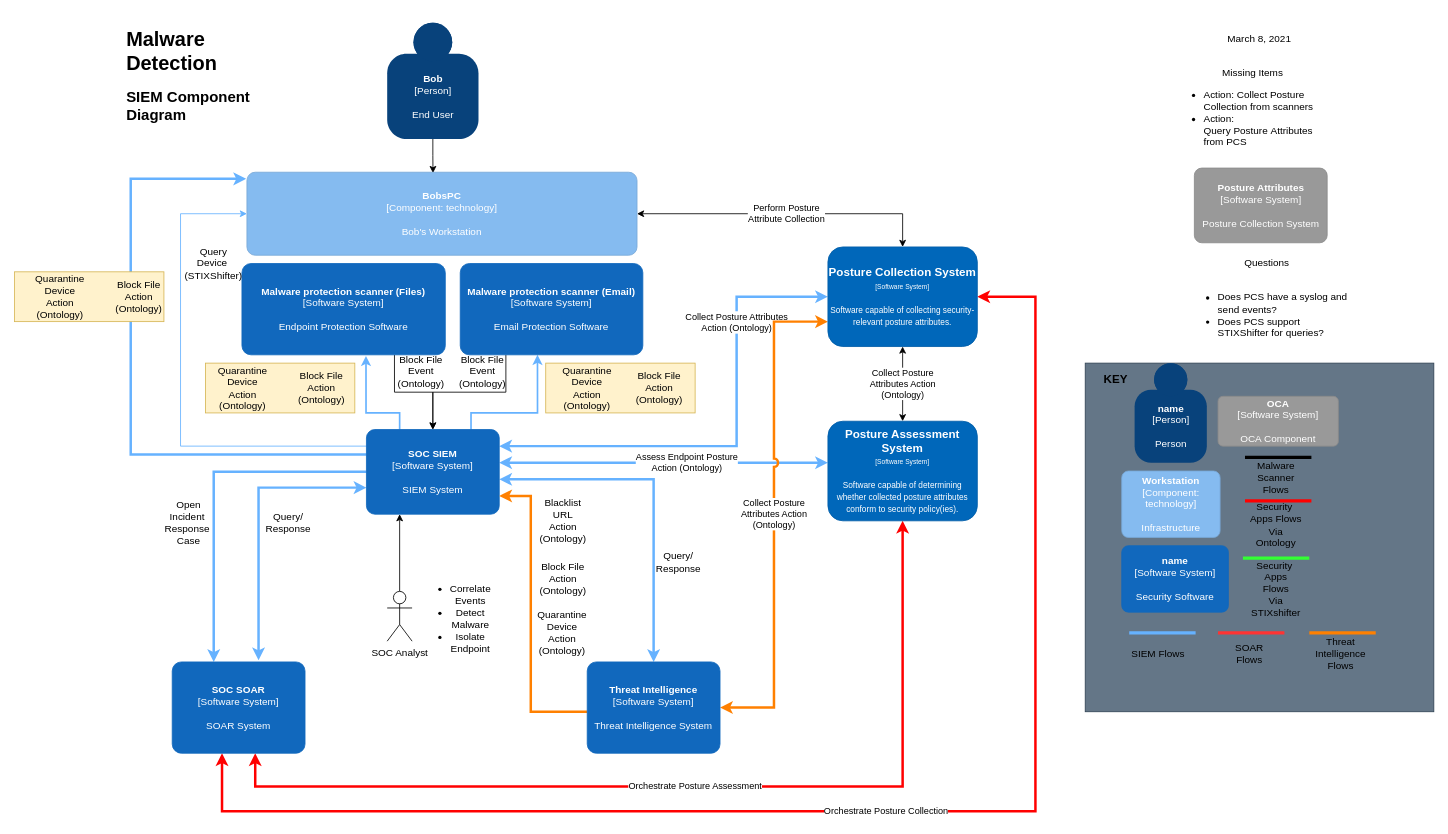
Earlier version of the draw.io diagram Architecture Documents/SIEMComponentUseCase1-031921.drawio (opencybersecurityalliance/documentation). Source tidied: cells renumbered, new cells numbered last; positions are measured from the earlier drawing's top-left corner, leaving out a move shared by most shapes. Both pictures are drawn from the tidied source at 83%, with x=0, y=0 at pixel (14, 22).
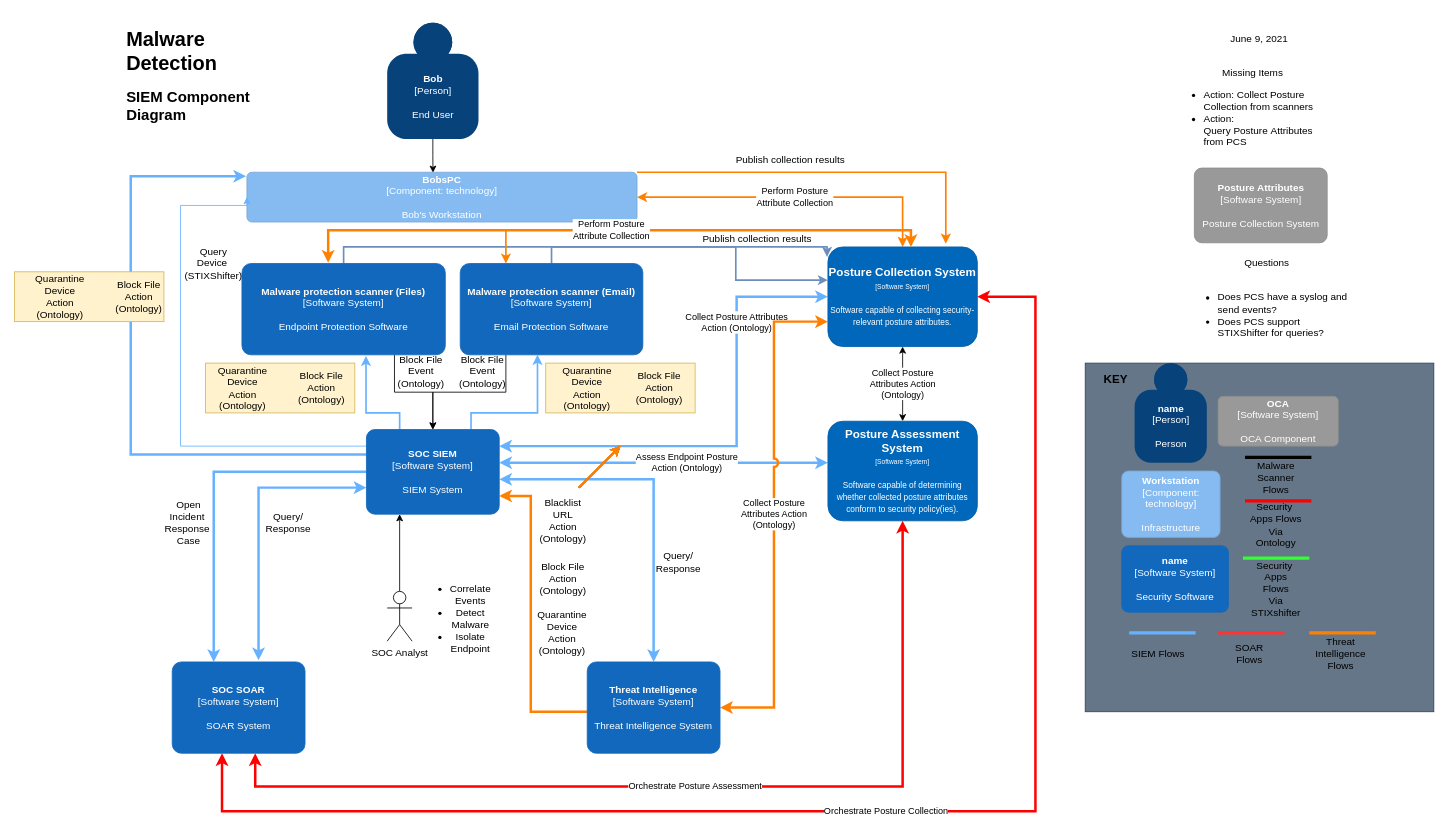
Above is the later version.

Unchanged cells that the change refers to:
```xml
<object id="15" label="&lt;b&gt;%c4Name%&lt;/b&gt;&lt;div&gt;[%c4Type%]&lt;/div&gt;&lt;br&gt;&lt;div&gt;%c4Description%&lt;/div&gt;" c4Description="SIEM System" c4Name="SOC SIEM" c4Type="Software System" placeholders="1">
  <mxCell style="rounded=1;whiteSpace=wrap;html=1;labelBackgroundColor=none;fillColor=#1168BD;fontColor=#ffffff;align=center;arcSize=10;strokeColor=#1168BD;metaData={&quot;c4Type&quot;:{&quot;editable&quot;:false}};points=[[0.25,0,0],[0.5,0,0],[0.75,0,0],[1,0.25,0],[1,0.5,0],[1,0.75,0],[0.75,1,0],[0.5,1,0],[0.25,1,0],[0,0.75,0],[0,0.5,0],[0,0.25,0]];" parent="1" vertex="1">
    <mxGeometry x="424" y="490" width="160" height="102" as="geometry" />
  </mxCell>
</object>
<object id="20" label="&lt;b&gt;%c4Name%&lt;/b&gt;&lt;div&gt;[%c4Type%]&lt;/div&gt;&lt;br&gt;&lt;div&gt;%c4Description%&lt;/div&gt;" c4Description="Endpoint Protection Software " c4Name="Malware protection scanner (Files)" c4Type="Software System" placeholders="1">
  <mxCell style="rounded=1;whiteSpace=wrap;html=1;labelBackgroundColor=none;fillColor=#1168BD;fontColor=#ffffff;align=center;arcSize=10;strokeColor=#1168BD;metaData={&quot;c4Type&quot;:{&quot;editable&quot;:false}};points=[[0.25,0,0],[0.5,0,0],[0.75,0,0],[1,0.25,0],[1,0.5,0],[1,0.75,0],[0.75,1,0],[0.5,1,0],[0.25,1,0],[0,0.75,0],[0,0.5,0],[0,0.25,0]];" parent="1" vertex="1">
    <mxGeometry x="274" y="290" width="245" height="110" as="geometry" />
  </mxCell>
</object>
<object id="22" label="&lt;b&gt;%c4Name%&lt;/b&gt;&lt;div&gt;[%c4Type%]&lt;/div&gt;&lt;br&gt;&lt;div&gt;%c4Description%&lt;/div&gt;" c4Description="Email Protection Software " c4Name="Malware protection scanner (Email)" c4Type="Software System" placeholders="1">
  <mxCell style="rounded=1;whiteSpace=wrap;html=1;labelBackgroundColor=none;fillColor=#1168BD;fontColor=#ffffff;align=center;arcSize=10;strokeColor=#1168BD;metaData={&quot;c4Type&quot;:{&quot;editable&quot;:false}};points=[[0.25,0,0],[0.5,0,0],[0.75,0,0],[1,0.25,0],[1,0.5,0],[1,0.75,0],[0.75,1,0],[0.5,1,0],[0.25,1,0],[0,0.75,0],[0,0.5,0],[0,0.25,0]];" parent="1" vertex="1">
    <mxGeometry x="537" y="290" width="220" height="110" as="geometry" />
  </mxCell>
</object>
<mxCell id="70" value="&lt;div&gt;&lt;span style=&quot;font-size: 14px&quot;&gt;&lt;b&gt;Posture Collection System&lt;/b&gt;&lt;/span&gt;&lt;/div&gt;&lt;div&gt;&lt;span style=&quot;font-size: 8px&quot;&gt;[Software System]&lt;/span&gt;&lt;/div&gt;&lt;div&gt;&lt;span style=&quot;font-size: 8px&quot;&gt;&lt;br&gt;&lt;/span&gt;&lt;/div&gt;&lt;div&gt;&lt;font size=&quot;1&quot;&gt;Software capable of collecting security-relevant posture attributes.&lt;/font&gt;&lt;/div&gt;" style="rounded=1;whiteSpace=wrap;html=1;fillColor=#0067BA;fontColor=#FFFFFF;strokeColor=#005DA8;" parent="1" vertex="1">
  <mxGeometry x="980" y="270" width="180" height="120" as="geometry" />
</mxCell>
```

What changed in the source:
```diff
@@
+    <mxCell id="73" style="edgeStyle=orthogonalEdgeStyle;rounded=0;jettySize=auto;html=1;startArrow=none;startFill=0;endArrow=classic;endFill=1;strokeColor=#FF8000;strokeWidth=2;entryX=0.789;entryY=-0.033;entryDx=0;entryDy=0;entryPerimeter=0;" parent="1" edge="1" source="5" target="70">
+      <mxGeometry relative="1" as="geometry">
+        <Array as="points">
+          <mxPoint x="1122" y="180" />
+        </Array>
+      </mxGeometry>
+    </mxCell>
     <object id="5" label="&lt;b&gt;%c4Name%&lt;/b&gt;&lt;div&gt;[%c4Type%: %c4Technology%]&lt;/div&gt;&lt;br&gt;&lt;div&gt;%c4Description%&lt;/div&gt;" c4Description="Bob's Workstation  " c4Name="BobsPC" c4Technology="technology" c4Type="Component" placeholders="1">
       <mxCell style="rounded=1;whiteSpace=wrap;html=1;labelBackgroundColor=none;fillColor=#85BBF0;fontColor=#ffffff;align=center;arcSize=10;strokeColor=#78A8D8;metaData={&quot;c4Type&quot;:{&quot;editable&quot;:false}};points=[[0.25,0,0],[0.5,0,0],[0.75,0,0],[1,0.25,0],[1,0.5,0],[1,0.75,0],[0.75,1,0],[0.5,1,0],[0.25,1,0],[0,0.75,0],[0,0.5,0],[0,0.25,0]];" parent="1" vertex="1">
-        <mxGeometry x="280" y="180" width="470" height="100" as="geometry" />
+        <mxGeometry x="280" y="180" width="470" height="60" as="geometry" />
       </mxCell>
     </object>
@@
     <mxCell id="7" style="edgeStyle=orthogonalEdgeStyle;rounded=0;jettySize=auto;html=1;entryX=0;entryY=0.5;entryDx=0;entryDy=0;entryPerimeter=0;strokeColor=#66B2FF;" parent="1" edge="1" source="15" target="5">
       <mxGeometry relative="1" as="geometry">
         <Array as="points">
           <mxPoint x="200" y="510" />
-          <mxPoint x="200" y="230" />
+          <mxPoint x="200" y="220" />
+          <mxPoint x="280" y="220" />
         </Array>
       </mxGeometry>
     </mxCell>
@@
     <mxCell id="10" style="edgeStyle=orthogonalEdgeStyle;rounded=0;jettySize=auto;html=1;entryX=-0.002;entryY=0.08;entryDx=0;entryDy=0;entryPerimeter=0;strokeWidth=3;strokeColor=#66B2FF;" parent="1" edge="1" source="15" target="5">
       <mxGeometry relative="1" as="geometry">
         <Array as="points">
           <mxPoint x="140" y="520" />
-          <mxPoint x="140" y="188" />
+          <mxPoint x="140" y="185" />
         </Array>
       </mxGeometry>
     </mxCell>
@@
+    <mxCell id="74" style="edgeStyle=orthogonalEdgeStyle;rounded=0;jettySize=auto;html=1;entryX=-0.006;entryY=0.1;entryDx=0;entryDy=0;entryPerimeter=0;fillColor=#dae8fc;strokeColor=#6c8ebf;strokeWidth=2;" parent="1" edge="1" source="20" target="70">
+      <mxGeometry relative="1" as="geometry">
+        <Array as="points">
+          <mxPoint x="397" y="270" />
+          <mxPoint x="979" y="270" />
+        </Array>
+      </mxGeometry>
+    </mxCell>
@@
+    <mxCell id="75" style="edgeStyle=orthogonalEdgeStyle;rounded=0;jettySize=auto;html=1;exitX=0.5;exitY=0;exitDx=0;exitDy=0;exitPerimeter=0;strokeWidth=2;fillColor=#dae8fc;strokeColor=#6c8ebf;" parent="1" edge="1" source="22" target="70">
+      <mxGeometry relative="1" as="geometry">
+        <Array as="points">
+          <mxPoint x="647" y="270" />
+          <mxPoint x="869" y="270" />
+          <mxPoint x="869" y="310" />
+        </Array>
+      </mxGeometry>
+    </mxCell>
+    <mxCell id="76" style="edgeStyle=orthogonalEdgeStyle;rounded=0;jettySize=auto;html=1;exitX=0.25;exitY=0;exitDx=0;exitDy=0;exitPerimeter=0;strokeColor=#FF8000;strokeWidth=2;endArrow=none;endFill=0;startArrow=classic;startFill=1;" parent="1" edge="1" source="22">
+      <mxGeometry relative="1" as="geometry">
+        <mxPoint x="592" y="250" as="targetPoint" />
+      </mxGeometry>
+    </mxCell>
@@
-    <mxCell id="48" value="March 8, 2021" style="text;html=1;strokeColor=none;fillColor=none;align=center;verticalAlign=middle;whiteSpace=wrap;rounded=0;" parent="1" vertex="1">
+    <mxCell id="48" value="June 9, 2021" style="text;html=1;strokeColor=none;fillColor=none;align=center;verticalAlign=middle;whiteSpace=wrap;rounded=0;" parent="1" vertex="1">
       <mxGeometry x="1385" y="10" width="230" height="20" as="geometry" />
     </mxCell>
@@
-    <mxCell id="69" value="Perform Posture&lt;br&gt;Attribute Collection" style="edgeStyle=orthogonalEdgeStyle;rounded=0;jettySize=auto;html=1;startArrow=classic;startFill=1;" parent="1" edge="1" source="70" target="5">
+    <mxCell id="69" value="Perform Posture&lt;br&gt;Attribute Collection" style="edgeStyle=orthogonalEdgeStyle;rounded=0;jettySize=auto;html=1;startArrow=classic;startFill=1;fillColor=#ffe6cc;strokeWidth=2;strokeColor=#FF8000;" parent="1" edge="1" source="70" target="5">
       <mxGeometry relative="1" as="geometry">
         <Array as="points">
-          <mxPoint x="1070" y="230" />
+          <mxPoint x="1070" y="210" />
         </Array>
       </mxGeometry>
     </mxCell>
@@
+    <mxCell id="77" style="endArrow=classic;html=1;" parent="1" edge="1">
+      <mxGeometry relative="1" as="geometry">
+        <mxPoint x="680" y="560" as="sourcePoint" />
+        <mxPoint x="730" y="510" as="targetPoint" />
+      </mxGeometry>
+    </mxCell>
+    <mxCell id="78" style="endArrow=classic;html=1;strokeWidth=2;" parent="1" edge="1">
+      <mxGeometry relative="1" as="geometry">
+        <mxPoint x="680" y="560" as="sourcePoint" />
+        <mxPoint x="730" y="510" as="targetPoint" />
+      </mxGeometry>
+    </mxCell>
+    <mxCell id="79" value="Publish collection&amp;nbsp;results" style="text;html=1;strokeColor=none;fillColor=none;align=center;verticalAlign=middle;whiteSpace=wrap;rounded=0;" parent="1" vertex="1">
+      <mxGeometry x="770" y="250" width="250" height="20" as="geometry" />
+    </mxCell>
+    <mxCell id="80" value="Perform Posture&lt;br&gt;Attribute Collection" style="edgeStyle=orthogonalEdgeStyle;rounded=0;jettySize=auto;html=1;startArrow=classic;startFill=1;entryX=0.424;entryY=-0.009;entryDx=0;entryDy=0;entryPerimeter=0;fillColor=#ffe6cc;strokeWidth=3;strokeColor=#FF8000;" parent="1" edge="1" target="20">
+      <mxGeometry relative="1" as="geometry">
+        <mxPoint x="1080" y="270" as="sourcePoint" />
+        <Array as="points">
+          <mxPoint x="1080" y="250" />
+          <mxPoint x="378" y="250" />
+        </Array>
+      </mxGeometry>
+    </mxCell>
+    <mxCell id="81" style="endArrow=classic;html=1;strokeColor=#FF8000;strokeWidth=2;" parent="1" edge="1">
+      <mxGeometry relative="1" as="geometry">
+        <mxPoint x="680" y="560" as="sourcePoint" />
+        <mxPoint x="730" y="510" as="targetPoint" />
+      </mxGeometry>
+    </mxCell>
+    <mxCell id="82" style="endArrow=classic;html=1;strokeColor=#FF8000;strokeWidth=2;" parent="1" edge="1">
+      <mxGeometry relative="1" as="geometry">
+        <mxPoint x="680" y="560" as="sourcePoint" />
+        <mxPoint x="730" y="510" as="targetPoint" />
+      </mxGeometry>
+    </mxCell>
+    <mxCell id="83" style="endArrow=classic;html=1;strokeColor=#FF8000;strokeWidth=2;" parent="1" edge="1">
+      <mxGeometry relative="1" as="geometry">
+        <mxPoint x="680" y="560" as="sourcePoint" />
+        <mxPoint x="730" y="510" as="targetPoint" />
+      </mxGeometry>
+    </mxCell>
+    <mxCell id="84" style="endArrow=classic;html=1;strokeColor=#FF8000;strokeWidth=2;" parent="1" edge="1">
+      <mxGeometry relative="1" as="geometry">
+        <mxPoint x="680" y="560" as="sourcePoint" />
+        <mxPoint x="730" y="510" as="targetPoint" />
+      </mxGeometry>
+    </mxCell>
+    <mxCell id="85" style="endArrow=classic;html=1;strokeColor=#FF8000;strokeWidth=2;" parent="1" edge="1">
+      <mxGeometry relative="1" as="geometry">
+        <mxPoint x="680" y="560" as="sourcePoint" />
+        <mxPoint x="730" y="510" as="targetPoint" />
+      </mxGeometry>
+    </mxCell>
+    <mxCell id="86" value="Publish collection&amp;nbsp;results" style="text;html=1;strokeColor=none;fillColor=none;align=center;verticalAlign=middle;whiteSpace=wrap;rounded=0;" parent="1" vertex="1">
+      <mxGeometry x="810" y="155" width="250" height="20" as="geometry" />
+    </mxCell>
```
